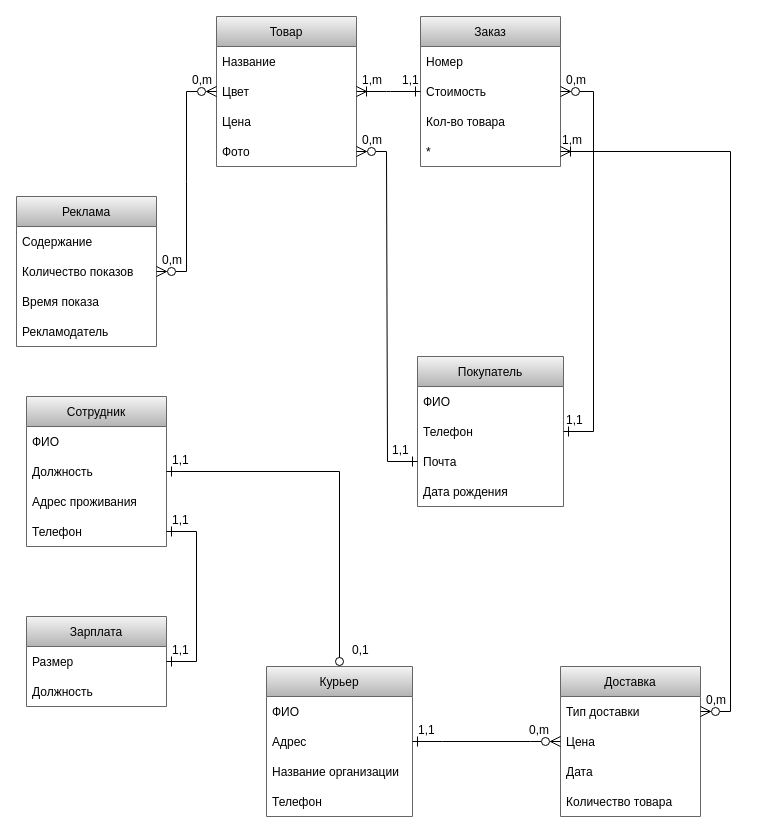
This is Диаграмма без названия.drawio from pathetic01/sql, a draw.io file, before an edit. Source tidied: cells renumbered, new cells numbered last; positions are measured from the earlier drawing's top-left corner, leaving out a move shared by most shapes. Both pictures are drawn from the tidied source at 100%, with x=0, y=0 at pixel (16, 16).
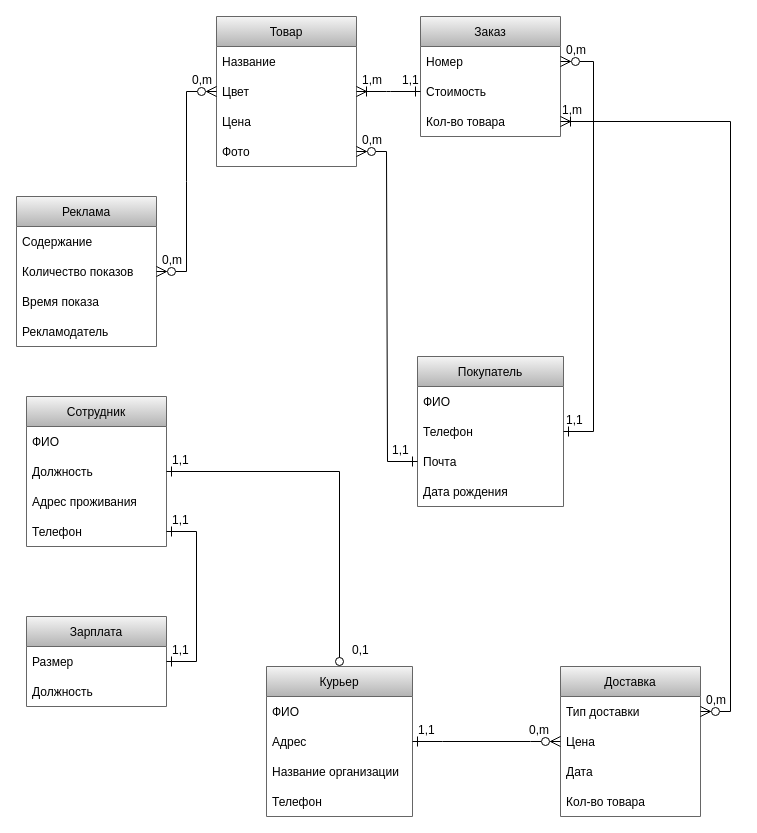
The same page after the edit.

The change refers to these unchanged cells:
```xml
<mxCell id="2" value="Покупатель" style="swimlane;fontStyle=0;horizontal=1;startSize=30;fillColor=#f5f5f5;gradientColor=#b3b3b3;strokeColor=#666666;" parent="1" vertex="1">
  <mxGeometry x="401" y="340" width="146" height="150" as="geometry" />
</mxCell>
<mxCell id="7" value="Доставка" style="swimlane;fontStyle=0;horizontal=1;startSize=30;fillColor=#f5f5f5;gradientColor=#b3b3b3;strokeColor=#666666;" parent="1" vertex="1">
  <mxGeometry x="544" y="650" width="140" height="150" as="geometry" />
</mxCell>
<mxCell id="8" value="Тип доставки" style="text;strokeColor=none;fillColor=none;align=left;verticalAlign=middle;spacingLeft=4;spacingRight=4;overflow=hidden;points=[[0,0.5],[1,0.5]];portConstraint=eastwest;" parent="7" vertex="1">
  <mxGeometry y="30" width="140" height="30" as="geometry" />
</mxCell>
<mxCell id="23" value="Номер" style="text;strokeColor=none;fillColor=none;align=left;verticalAlign=middle;spacingLeft=4;spacingRight=4;overflow=hidden;points=[[0,0.5],[1,0.5]];portConstraint=eastwest;" parent="22" vertex="1">
  <mxGeometry y="30" width="140" height="30" as="geometry" />
</mxCell>
<mxCell id="25" value="Кол-во товара" style="text;strokeColor=none;fillColor=none;align=left;verticalAlign=middle;spacingLeft=4;spacingRight=4;overflow=hidden;points=[[0,0.5],[1,0.5]];portConstraint=eastwest;" parent="22" vertex="1">
  <mxGeometry y="90" width="140" height="30" as="geometry" />
</mxCell>
```

Diff of the diagram source:
```diff
@@
-    <mxCell id="11" value="Количество товара" style="text;strokeColor=none;fillColor=none;align=left;verticalAlign=middle;spacingLeft=4;spacingRight=4;overflow=hidden;" parent="7" vertex="1">
+    <mxCell id="11" value="Кол-во товара" style="text;strokeColor=none;fillColor=none;align=left;verticalAlign=middle;spacingLeft=4;spacingRight=4;overflow=hidden;" parent="7" vertex="1">
       <mxGeometry y="120" width="140" height="30" as="geometry" />
     </mxCell>
@@
     <mxCell id="22" value="Заказ" style="swimlane;fontStyle=0;horizontal=1;startSize=30;fillColor=#f5f5f5;gradientColor=#b3b3b3;strokeColor=#666666;" parent="1" vertex="1">
-      <mxGeometry x="404" width="140" height="150" as="geometry" />
+      <mxGeometry x="404" width="140" height="120" as="geometry" />
     </mxCell>
@@
-    <mxCell id="26" value="*" style="text;strokeColor=none;fillColor=none;align=left;verticalAlign=middle;spacingLeft=4;spacingRight=4;overflow=hidden;points=[[0,0.5],[1,0.5]];portConstraint=eastwest;" parent="22" vertex="1">
-      <mxGeometry y="120" width="140" height="30" as="geometry" />
-    </mxCell>
@@
-    <mxCell id="37" style="edgeStyle=entityRelationEdgeStyle;fontSize=12;html=1;endArrow=ERone;endFill=0;rounded=0;startArrow=ERzeroToMany;startFill=0;strokeWidth=1;endSize=8;startSize=8;" parent="1" edge="1" source="22" target="2">
+    <mxCell id="37" style="edgeStyle=entityRelationEdgeStyle;fontSize=12;html=1;endArrow=ERone;endFill=0;rounded=0;startArrow=ERzeroToMany;startFill=0;strokeWidth=1;endSize=8;startSize=8;exitX=1;exitY=0.5;exitDx=0;exitDy=0;" parent="1" edge="1" source="23" target="2">
       <mxGeometry relative="1" as="geometry" />
     </mxCell>
@@
-    <mxCell id="40" style="edgeStyle=entityRelationEdgeStyle;fontSize=12;html=1;endArrow=ERzeroToMany;endFill=0;rounded=0;endSize=8;startSize=8;startArrow=ERoneToMany;startFill=0;exitX=1;exitY=0.5;exitDx=0;exitDy=0;" parent="1" edge="1" source="26" target="8">
+    <mxCell id="40" style="edgeStyle=entityRelationEdgeStyle;fontSize=12;html=1;endArrow=ERzeroToMany;endFill=0;rounded=0;endSize=8;startSize=8;startArrow=ERoneToMany;startFill=0;exitX=1;exitY=0.5;exitDx=0;exitDy=0;" parent="1" edge="1" source="25" target="8">
       <mxGeometry relative="1" as="geometry" />
     </mxCell>
@@
     <mxCell id="58" value="0,m" style="text;strokeColor=none;fillColor=none;spacingLeft=4;spacingRight=4;overflow=hidden;fontSize=12;" parent="1" vertex="1">
-      <mxGeometry x="544" y="50" width="40" height="30" as="geometry" />
+      <mxGeometry x="544" y="20" width="40" height="30" as="geometry" />
     </mxCell>
@@
     <mxCell id="63" value="1,m" style="text;strokeColor=none;fillColor=none;spacingLeft=4;spacingRight=4;overflow=hidden;fontSize=12;" parent="1" vertex="1">
-      <mxGeometry x="540" y="110" width="40" height="30" as="geometry" />
+      <mxGeometry x="540" y="80" width="40" height="30" as="geometry" />
     </mxCell>
```
